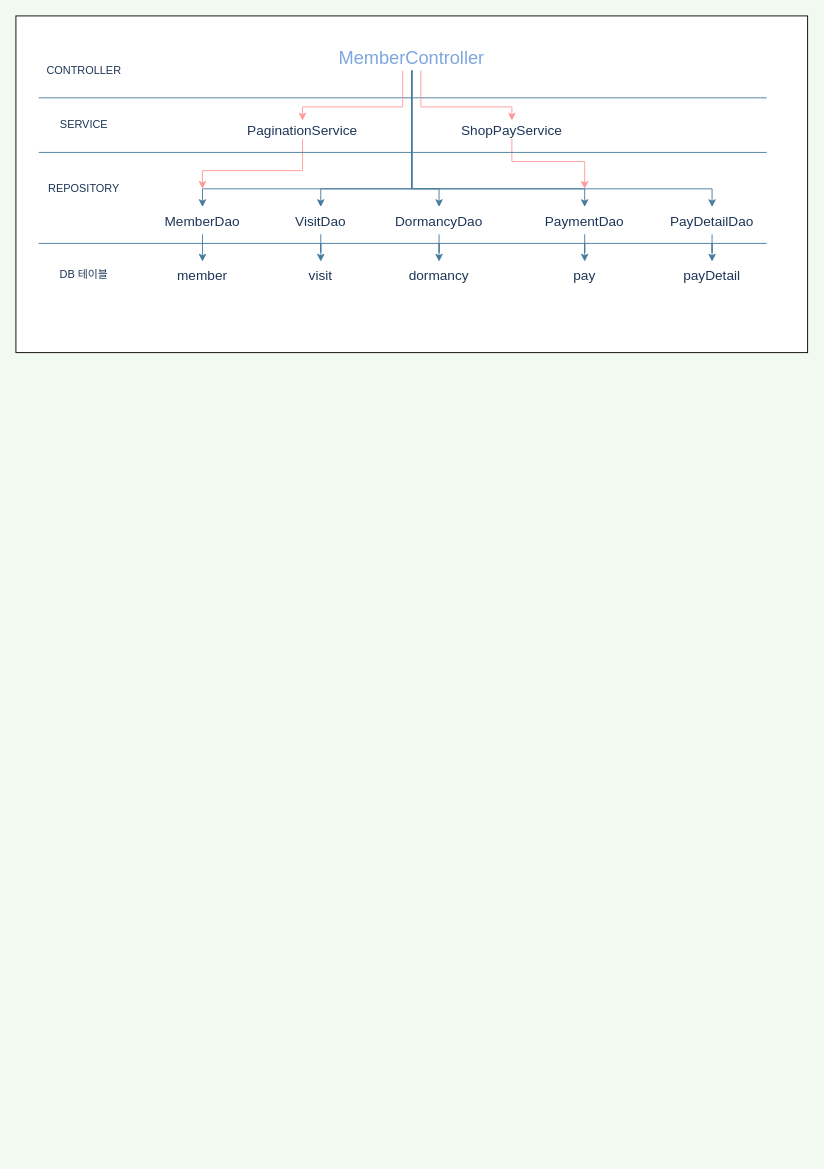
This is ttamna/document/계층형/계층형 최현준.drawio from choihyunjoon1/ttamna, a draw.io file, before an edit. Source tidied: cells renumbered, new cells numbered last; positions are measured from the earlier drawing's top-left corner, leaving out a move shared by most shapes. Both pictures are drawn from the tidied source at 91%, with x=0, y=0 at pixel (15, 15).
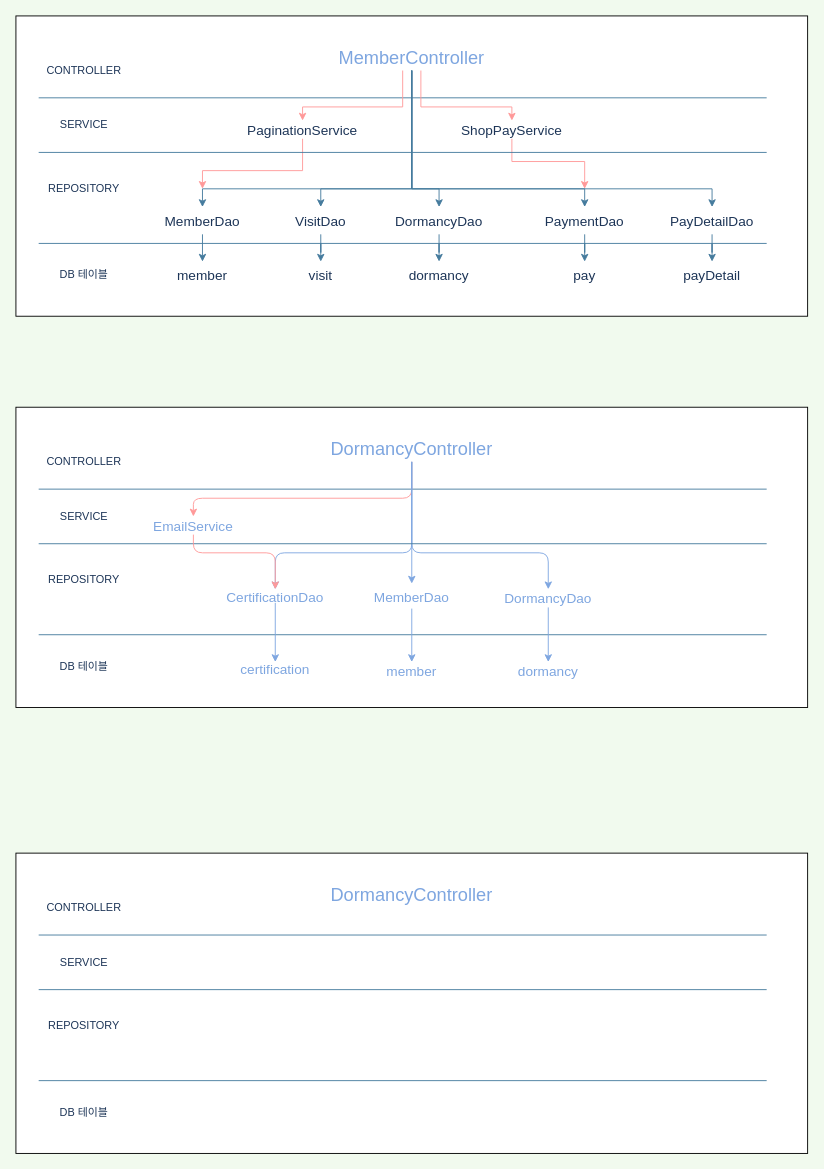
Above is the later version.

Commit message:
계층형 최현준(dormancyController).drawio

Change to the diagram source:
```diff
@@
     <mxCell id="2" style="rounded=0;whiteSpace=wrap;html=1;fontSize=15;" parent="1" vertex="1">
-      <mxGeometry width="870" height="370" as="geometry" />
+      <mxGeometry width="870" height="330" as="geometry" />
     </mxCell>
@@
+    <mxCell id="37" style="rounded=0;whiteSpace=wrap;html=1;fontSize=15;" parent="1" vertex="1">
+      <mxGeometry y="430" width="870" height="330" as="geometry" />
+    </mxCell>
+    <mxCell id="38" value="CONTROLLER" style="text;html=1;strokeColor=none;fillColor=none;align=center;verticalAlign=middle;whiteSpace=wrap;rounded=0;fontColor=#1D3557;" parent="1" vertex="1">
+      <mxGeometry x="35" y="480" width="80" height="20" as="geometry" />
+    </mxCell>
+    <mxCell id="39" value="SERVICE" style="text;html=1;strokeColor=none;fillColor=none;align=center;verticalAlign=middle;whiteSpace=wrap;rounded=0;fontColor=#1D3557;" parent="1" vertex="1">
+      <mxGeometry x="35" y="540" width="80" height="20" as="geometry" />
+    </mxCell>
+    <mxCell id="40" value="REPOSITORY" style="text;html=1;strokeColor=none;fillColor=none;align=center;verticalAlign=middle;whiteSpace=wrap;rounded=0;fontColor=#1D3557;" parent="1" vertex="1">
+      <mxGeometry x="35" y="610" width="80" height="20" as="geometry" />
+    </mxCell>
+    <mxCell id="41" value="DB 테이블" style="text;html=1;strokeColor=none;fillColor=none;align=center;verticalAlign=middle;whiteSpace=wrap;rounded=0;fontColor=#1D3557;" parent="1" vertex="1">
+      <mxGeometry x="35" y="705" width="80" height="20" as="geometry" />
+    </mxCell>
+    <mxCell id="42" style="endArrow=none;html=1;rounded=0;labelBackgroundColor=#F1FAEE;strokeColor=#457B9D;fontColor=#1D3557;" parent="1" edge="1">
+      <mxGeometry relative="1" as="geometry">
+        <mxPoint x="25" y="520" as="sourcePoint" />
+        <mxPoint x="825" y="520" as="targetPoint" />
+      </mxGeometry>
+    </mxCell>
+    <mxCell id="43" style="edgeStyle=orthogonalEdgeStyle;curved=0;rounded=1;sketch=0;jettySize=auto;html=1;fontColor=#7EA6E0;strokeColor=#FF9999;fillColor=#A8DADC;entryX=0.5;entryY=0;entryDx=0;entryDy=0;" parent="1" edge="1" source="47" target="60">
+      <mxGeometry relative="1" as="geometry">
+        <Array as="points">
+          <mxPoint x="435" y="530" />
+          <mxPoint x="195" y="530" />
+        </Array>
+      </mxGeometry>
+    </mxCell>
+    <mxCell id="44" style="edgeStyle=orthogonalEdgeStyle;curved=0;rounded=1;sketch=0;jettySize=auto;html=1;fontSize=15;fontColor=#7EA6E0;strokeColor=#7EA6E0;fillColor=#A8DADC;entryX=0.5;entryY=0;entryDx=0;entryDy=0;" parent="1" edge="1" source="47" target="62">
+      <mxGeometry relative="1" as="geometry">
+        <Array as="points">
+          <mxPoint x="435" y="590" />
+          <mxPoint x="285" y="590" />
+        </Array>
+      </mxGeometry>
+    </mxCell>
+    <mxCell id="45" style="edgeStyle=orthogonalEdgeStyle;curved=0;rounded=1;sketch=0;jettySize=auto;html=1;fontSize=15;fontColor=#7EA6E0;strokeColor=#7EA6E0;fillColor=#A8DADC;" parent="1" edge="1" source="47" target="64">
+      <mxGeometry relative="1" as="geometry" />
+    </mxCell>
+    <mxCell id="46" style="edgeStyle=orthogonalEdgeStyle;curved=0;rounded=1;sketch=0;jettySize=auto;html=1;fontSize=15;fontColor=#7EA6E0;strokeColor=#7EA6E0;fillColor=#A8DADC;" parent="1" edge="1" source="47" target="66">
+      <mxGeometry relative="1" as="geometry">
+        <Array as="points">
+          <mxPoint x="435" y="590" />
+          <mxPoint x="585" y="590" />
+        </Array>
+      </mxGeometry>
+    </mxCell>
+    <mxCell id="47" value="DormancyController" style="text;html=1;strokeColor=none;fillColor=none;align=center;verticalAlign=middle;whiteSpace=wrap;rounded=0;fontSize=20;fontColor=#7EA6E0;" parent="1" vertex="1">
+      <mxGeometry x="375" y="460" width="120" height="30" as="geometry" />
+    </mxCell>
+    <mxCell id="48" style="endArrow=none;html=1;rounded=0;labelBackgroundColor=#F1FAEE;strokeColor=#457B9D;fontColor=#1D3557;" parent="1" edge="1">
+      <mxGeometry relative="1" as="geometry">
+        <mxPoint x="25" y="580" as="sourcePoint" />
+        <mxPoint x="825" y="580" as="targetPoint" />
+      </mxGeometry>
+    </mxCell>
+    <mxCell id="49" style="endArrow=none;html=1;rounded=0;labelBackgroundColor=#F1FAEE;strokeColor=#457B9D;fontColor=#1D3557;" parent="1" edge="1">
+      <mxGeometry relative="1" as="geometry">
+        <mxPoint x="25" y="680" as="sourcePoint" />
+        <mxPoint x="825" y="680" as="targetPoint" />
+      </mxGeometry>
+    </mxCell>
+    <mxCell id="50" style="rounded=0;whiteSpace=wrap;html=1;fontSize=15;" parent="1" vertex="1">
+      <mxGeometry y="920" width="870" height="330" as="geometry" />
+    </mxCell>
+    <mxCell id="51" value="CONTROLLER" style="text;html=1;strokeColor=none;fillColor=none;align=center;verticalAlign=middle;whiteSpace=wrap;rounded=0;fontColor=#1D3557;" parent="1" vertex="1">
+      <mxGeometry x="35" y="970" width="80" height="20" as="geometry" />
+    </mxCell>
+    <mxCell id="52" value="SERVICE" style="text;html=1;strokeColor=none;fillColor=none;align=center;verticalAlign=middle;whiteSpace=wrap;rounded=0;fontColor=#1D3557;" parent="1" vertex="1">
+      <mxGeometry x="35" y="1030" width="80" height="20" as="geometry" />
+    </mxCell>
+    <mxCell id="53" value="REPOSITORY" style="text;html=1;strokeColor=none;fillColor=none;align=center;verticalAlign=middle;whiteSpace=wrap;rounded=0;fontColor=#1D3557;" parent="1" vertex="1">
+      <mxGeometry x="35" y="1100" width="80" height="20" as="geometry" />
+    </mxCell>
+    <mxCell id="54" value="DB 테이블" style="text;html=1;strokeColor=none;fillColor=none;align=center;verticalAlign=middle;whiteSpace=wrap;rounded=0;fontColor=#1D3557;" parent="1" vertex="1">
+      <mxGeometry x="35" y="1195" width="80" height="20" as="geometry" />
+    </mxCell>
+    <mxCell id="55" style="endArrow=none;html=1;rounded=0;labelBackgroundColor=#F1FAEE;strokeColor=#457B9D;fontColor=#1D3557;" parent="1" edge="1">
+      <mxGeometry relative="1" as="geometry">
+        <mxPoint x="25" y="1010" as="sourcePoint" />
+        <mxPoint x="825" y="1010" as="targetPoint" />
+      </mxGeometry>
+    </mxCell>
+    <mxCell id="56" value="DormancyController" style="text;html=1;strokeColor=none;fillColor=none;align=center;verticalAlign=middle;whiteSpace=wrap;rounded=0;fontSize=20;fontColor=#7EA6E0;" parent="1" vertex="1">
+      <mxGeometry x="375" y="950" width="120" height="30" as="geometry" />
+    </mxCell>
+    <mxCell id="57" style="endArrow=none;html=1;rounded=0;labelBackgroundColor=#F1FAEE;strokeColor=#457B9D;fontColor=#1D3557;" parent="1" edge="1">
+      <mxGeometry relative="1" as="geometry">
+        <mxPoint x="25" y="1070" as="sourcePoint" />
+        <mxPoint x="825" y="1070" as="targetPoint" />
+      </mxGeometry>
+    </mxCell>
+    <mxCell id="58" style="endArrow=none;html=1;rounded=0;labelBackgroundColor=#F1FAEE;strokeColor=#457B9D;fontColor=#1D3557;" parent="1" edge="1">
+      <mxGeometry relative="1" as="geometry">
+        <mxPoint x="25" y="1170" as="sourcePoint" />
+        <mxPoint x="825" y="1170" as="targetPoint" />
+      </mxGeometry>
+    </mxCell>
+    <mxCell id="59" style="edgeStyle=orthogonalEdgeStyle;curved=0;rounded=1;sketch=0;jettySize=auto;html=1;entryX=0.5;entryY=0;entryDx=0;entryDy=0;fontSize=15;fontColor=#7EA6E0;strokeColor=#FF9999;fillColor=#A8DADC;" parent="1" edge="1" source="60" target="62">
+      <mxGeometry relative="1" as="geometry">
+        <Array as="points">
+          <mxPoint x="195" y="590" />
+          <mxPoint x="285" y="590" />
+        </Array>
+      </mxGeometry>
+    </mxCell>
+    <mxCell id="60" value="EmailService" style="text;html=1;strokeColor=none;fillColor=none;align=center;verticalAlign=middle;whiteSpace=wrap;rounded=0;fontSize=15;fontColor=#7EA6E0;" parent="1" vertex="1">
+      <mxGeometry x="135" y="550" width="120" height="20" as="geometry" />
+    </mxCell>
+    <mxCell id="61" style="edgeStyle=orthogonalEdgeStyle;curved=0;rounded=1;sketch=0;jettySize=auto;html=1;fontSize=15;fontColor=#7EA6E0;strokeColor=#7EA6E0;fillColor=#A8DADC;" parent="1" edge="1" source="62" target="67">
+      <mxGeometry relative="1" as="geometry" />
+    </mxCell>
+    <mxCell id="62" value="CertificationDao" style="text;html=1;strokeColor=none;fillColor=none;align=center;verticalAlign=middle;whiteSpace=wrap;rounded=0;fontSize=15;fontColor=#7EA6E0;" parent="1" vertex="1">
+      <mxGeometry x="225" y="630" width="120" height="15" as="geometry" />
+    </mxCell>
+    <mxCell id="63" style="edgeStyle=orthogonalEdgeStyle;curved=0;rounded=1;sketch=0;jettySize=auto;html=1;fontSize=15;fontColor=#7EA6E0;strokeColor=#7EA6E0;fillColor=#A8DADC;" parent="1" edge="1" source="64" target="68">
+      <mxGeometry relative="1" as="geometry" />
+    </mxCell>
+    <mxCell id="64" value="MemberDao" style="text;html=1;strokeColor=none;fillColor=none;align=center;verticalAlign=middle;whiteSpace=wrap;rounded=0;fontSize=15;fontColor=#7EA6E0;" parent="1" vertex="1">
+      <mxGeometry x="375" y="623.8" width="120" height="27.5" as="geometry" />
+    </mxCell>
+    <mxCell id="65" style="edgeStyle=orthogonalEdgeStyle;curved=0;rounded=1;sketch=0;jettySize=auto;html=1;fontSize=15;fontColor=#7EA6E0;strokeColor=#7EA6E0;fillColor=#A8DADC;" parent="1" edge="1" source="66" target="69">
+      <mxGeometry relative="1" as="geometry" />
+    </mxCell>
+    <mxCell id="66" value="DormancyDao" style="text;html=1;strokeColor=none;fillColor=none;align=center;verticalAlign=middle;whiteSpace=wrap;rounded=0;fontSize=15;fontColor=#7EA6E0;" parent="1" vertex="1">
+      <mxGeometry x="525" y="630" width="120" height="20" as="geometry" />
+    </mxCell>
+    <mxCell id="67" value="certification" style="text;html=1;strokeColor=none;fillColor=none;align=center;verticalAlign=middle;whiteSpace=wrap;rounded=0;fontSize=15;fontColor=#7EA6E0;" parent="1" vertex="1">
+      <mxGeometry x="225" y="710" width="120" height="15" as="geometry" />
+    </mxCell>
+    <mxCell id="68" value="member" style="text;html=1;strokeColor=none;fillColor=none;align=center;verticalAlign=middle;whiteSpace=wrap;rounded=0;fontSize=15;fontColor=#7EA6E0;" parent="1" vertex="1">
+      <mxGeometry x="375" y="710" width="120" height="20" as="geometry" />
+    </mxCell>
+    <mxCell id="69" value="dormancy" style="text;html=1;strokeColor=none;fillColor=none;align=center;verticalAlign=middle;whiteSpace=wrap;rounded=0;fontSize=15;fontColor=#7EA6E0;" parent="1" vertex="1">
+      <mxGeometry x="525" y="710" width="120" height="20" as="geometry" />
+    </mxCell>
```
